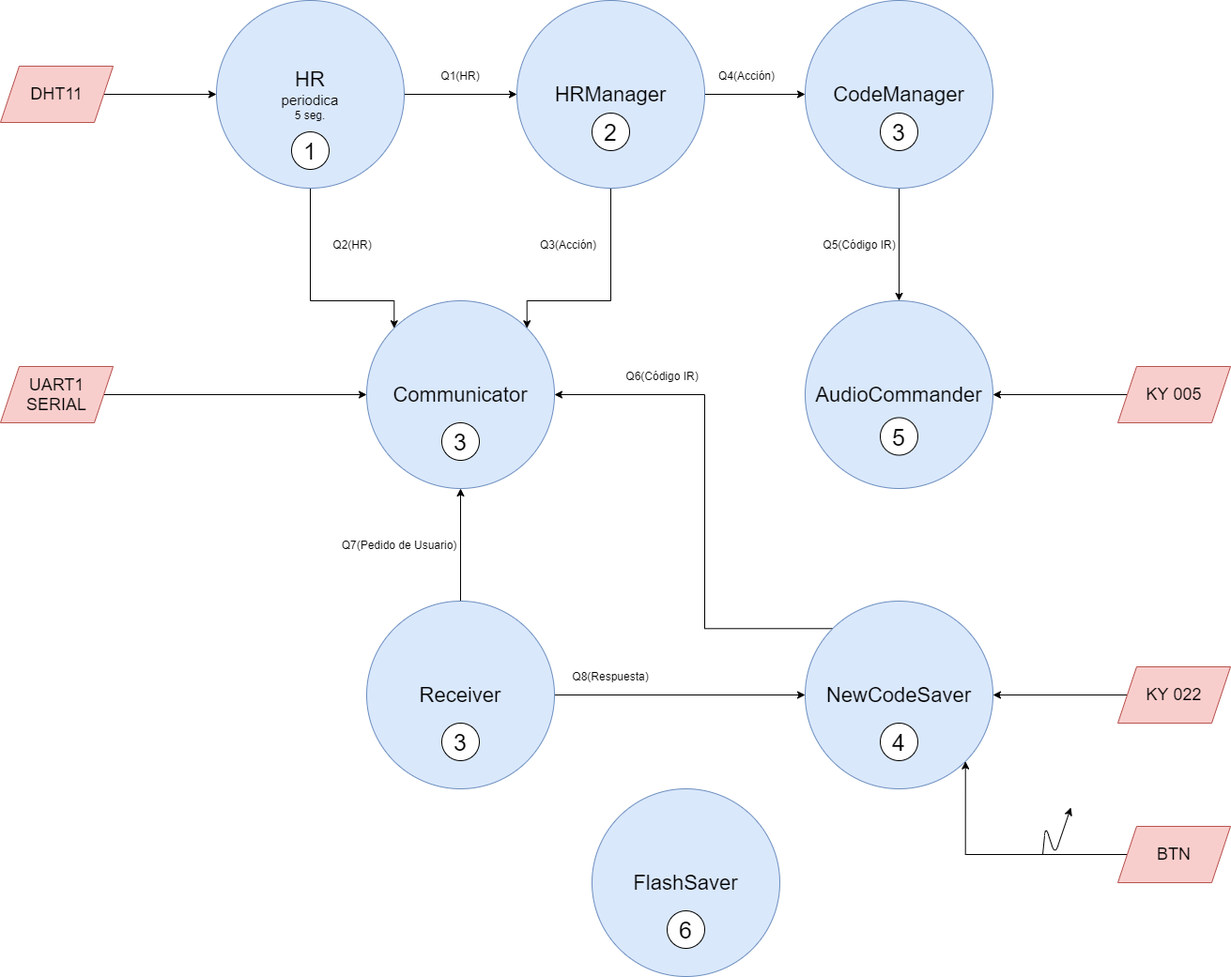
LMartinezEXEX/Proyecto_Micro2021 keeps this draw.io diagram as Diagrama de Tareas/Diagrama de Tareas.png. Above is the earlier version. Source tidied: cells renumbered, new cells last; positions are measured from the earlier drawing's top-left corner, leaving out a move shared by most shapes. Its diagram source:
```xml
<mxGraphModel>
  <root>
    <mxCell id="0" />
    <mxCell id="1" parent="0" />
    <mxCell id="2" style="edgeStyle=orthogonalEdgeStyle;rounded=0;jettySize=auto;html=1;entryX=0;entryY=0;entryDx=0;entryDy=0;" parent="1" edge="1" source="4" target="8">
      <mxGeometry relative="1" as="geometry">
        <Array as="points">
          <mxPoint x="330" y="320" />
          <mxPoint x="419" y="320" />
        </Array>
      </mxGeometry>
    </mxCell>
    <mxCell id="3" style="edgeStyle=orthogonalEdgeStyle;rounded=0;jettySize=auto;html=1;" parent="1" edge="1" source="4" target="7">
      <mxGeometry relative="1" as="geometry" />
    </mxCell>
    <mxCell id="4" value="&lt;font&gt;&lt;font style=&quot;font-size: 22px&quot;&gt;HR&lt;/font&gt;&lt;br&gt;&lt;span style=&quot;font-size: 15px&quot;&gt;periodica&lt;/span&gt;&lt;br&gt;&lt;/font&gt;5 seg." style="ellipse;whiteSpace=wrap;html=1;fillColor=#dae8fc;strokeColor=#6c8ebf;" parent="1" vertex="1">
      <mxGeometry x="230" width="200" height="200" as="geometry" />
    </mxCell>
    <mxCell id="5" style="edgeStyle=orthogonalEdgeStyle;rounded=0;jettySize=auto;html=1;entryX=1;entryY=0;entryDx=0;entryDy=0;" parent="1" edge="1" source="7" target="8">
      <mxGeometry relative="1" as="geometry">
        <Array as="points">
          <mxPoint x="650" y="320" />
          <mxPoint x="561" y="320" />
        </Array>
      </mxGeometry>
    </mxCell>
    <mxCell id="6" style="edgeStyle=orthogonalEdgeStyle;rounded=0;jettySize=auto;html=1;entryX=0;entryY=0.5;entryDx=0;entryDy=0;" parent="1" edge="1" source="7" target="10">
      <mxGeometry relative="1" as="geometry" />
    </mxCell>
    <mxCell id="7" value="&lt;font&gt;&lt;font style=&quot;font-size: 22px&quot;&gt;HRManager&lt;/font&gt;&lt;br&gt;&lt;/font&gt;" style="ellipse;whiteSpace=wrap;html=1;fillColor=#dae8fc;strokeColor=#6c8ebf;" parent="1" vertex="1">
      <mxGeometry x="550" width="200" height="200" as="geometry" />
    </mxCell>
    <mxCell id="8" value="&lt;font&gt;&lt;font style=&quot;font-size: 22px&quot;&gt;Communicator&lt;/font&gt;&lt;/font&gt;" style="ellipse;whiteSpace=wrap;html=1;fillColor=#dae8fc;strokeColor=#6c8ebf;" parent="1" vertex="1">
      <mxGeometry x="390" y="320" width="200" height="200" as="geometry" />
    </mxCell>
    <mxCell id="9" style="edgeStyle=orthogonalEdgeStyle;rounded=0;jettySize=auto;html=1;" parent="1" edge="1" source="10" target="11">
      <mxGeometry relative="1" as="geometry" />
    </mxCell>
    <mxCell id="10" value="&lt;font&gt;&lt;font style=&quot;font-size: 22px&quot;&gt;CodeManager&lt;/font&gt;&lt;br&gt;&lt;/font&gt;" style="ellipse;whiteSpace=wrap;html=1;fillColor=#dae8fc;strokeColor=#6c8ebf;" parent="1" vertex="1">
      <mxGeometry x="857" width="200" height="200" as="geometry" />
    </mxCell>
    <mxCell id="11" value="&lt;font&gt;&lt;font style=&quot;font-size: 22px&quot;&gt;AudioCommander&lt;/font&gt;&lt;br&gt;&lt;/font&gt;" style="ellipse;whiteSpace=wrap;html=1;fillColor=#dae8fc;strokeColor=#6c8ebf;" parent="1" vertex="1">
      <mxGeometry x="857" y="320" width="200" height="200" as="geometry" />
    </mxCell>
    <mxCell id="12" style="edgeStyle=orthogonalEdgeStyle;rounded=0;jettySize=auto;html=1;exitX=0;exitY=0;exitDx=0;exitDy=0;entryX=1;entryY=0.5;entryDx=0;entryDy=0;" parent="1" edge="1" source="13" target="8">
      <mxGeometry relative="1" as="geometry">
        <Array as="points">
          <mxPoint x="750" y="669" />
          <mxPoint x="750" y="420" />
        </Array>
      </mxGeometry>
    </mxCell>
    <mxCell id="13" value="&lt;font&gt;&lt;font style=&quot;font-size: 22px&quot;&gt;NewCodeSaver&lt;/font&gt;&lt;br&gt;&lt;/font&gt;" style="ellipse;whiteSpace=wrap;html=1;fillColor=#dae8fc;strokeColor=#6c8ebf;" parent="1" vertex="1">
      <mxGeometry x="857" y="640" width="200" height="200" as="geometry" />
    </mxCell>
    <mxCell id="14" style="edgeStyle=orthogonalEdgeStyle;rounded=0;jettySize=auto;html=1;entryX=0.5;entryY=1;entryDx=0;entryDy=0;" parent="1" edge="1" source="16" target="8">
      <mxGeometry relative="1" as="geometry" />
    </mxCell>
    <mxCell id="15" style="edgeStyle=orthogonalEdgeStyle;rounded=0;jettySize=auto;html=1;entryX=0;entryY=0.5;entryDx=0;entryDy=0;" parent="1" edge="1" source="16" target="13">
      <mxGeometry relative="1" as="geometry" />
    </mxCell>
    <mxCell id="16" value="&lt;font&gt;&lt;font style=&quot;font-size: 22px&quot;&gt;Receiver&lt;/font&gt;&lt;br&gt;&lt;/font&gt;" style="ellipse;whiteSpace=wrap;html=1;fillColor=#dae8fc;strokeColor=#6c8ebf;" parent="1" vertex="1">
      <mxGeometry x="390" y="640" width="200" height="200" as="geometry" />
    </mxCell>
    <mxCell id="17" value="&lt;font&gt;&lt;font style=&quot;font-size: 22px&quot;&gt;FlashSaver&lt;/font&gt;&lt;br&gt;&lt;/font&gt;" style="ellipse;whiteSpace=wrap;html=1;fillColor=#dae8fc;strokeColor=#6c8ebf;" parent="1" vertex="1">
      <mxGeometry x="630" y="840" width="200" height="200" as="geometry" />
    </mxCell>
    <mxCell id="18" value="Q1(HR)" style="text;html=1;strokeColor=none;fillColor=none;align=center;verticalAlign=middle;whiteSpace=wrap;rounded=0;" parent="1" vertex="1">
      <mxGeometry x="445" y="60" width="90" height="40" as="geometry" />
    </mxCell>
    <mxCell id="19" value="Q2(HR)" style="text;html=1;strokeColor=none;fillColor=none;align=center;verticalAlign=middle;whiteSpace=wrap;rounded=0;" parent="1" vertex="1">
      <mxGeometry x="330" y="240" width="90" height="40" as="geometry" />
    </mxCell>
    <mxCell id="20" value="Q3(Acción)" style="text;html=1;strokeColor=none;fillColor=none;align=center;verticalAlign=middle;whiteSpace=wrap;rounded=0;" parent="1" vertex="1">
      <mxGeometry x="560" y="240" width="90" height="40" as="geometry" />
    </mxCell>
    <mxCell id="21" value="Q4(Acción)" style="text;html=1;strokeColor=none;fillColor=none;align=center;verticalAlign=middle;whiteSpace=wrap;rounded=0;" parent="1" vertex="1">
      <mxGeometry x="750" y="60" width="90" height="40" as="geometry" />
    </mxCell>
    <mxCell id="22" value="Q5(Código IR)" style="text;html=1;strokeColor=none;fillColor=none;align=center;verticalAlign=middle;whiteSpace=wrap;rounded=0;" parent="1" vertex="1">
      <mxGeometry x="870" y="240" width="90" height="40" as="geometry" />
    </mxCell>
    <mxCell id="23" value="Q6(Código IR)" style="text;html=1;strokeColor=none;fillColor=none;align=center;verticalAlign=middle;whiteSpace=wrap;rounded=0;" parent="1" vertex="1">
      <mxGeometry x="660" y="380" width="90" height="40" as="geometry" />
    </mxCell>
    <mxCell id="24" value="Q7(Pedido de Usuario)" style="text;html=1;strokeColor=none;fillColor=none;align=center;verticalAlign=middle;whiteSpace=wrap;rounded=0;" parent="1" vertex="1">
      <mxGeometry x="360" y="560" width="130" height="40" as="geometry" />
    </mxCell>
    <mxCell id="25" value="Q8(Respuesta)" style="text;html=1;strokeColor=none;fillColor=none;align=center;verticalAlign=middle;whiteSpace=wrap;rounded=0;" parent="1" vertex="1">
      <mxGeometry x="605" y="700" width="90" height="40" as="geometry" />
    </mxCell>
    <mxCell id="26" value="&lt;font style=&quot;font-size: 25px&quot;&gt;6&lt;/font&gt;" style="ellipse;whiteSpace=wrap;html=1;" parent="1" vertex="1">
      <mxGeometry x="710" y="970" width="40" height="40" as="geometry" />
    </mxCell>
    <mxCell id="27" value="&lt;font style=&quot;font-size: 25px&quot;&gt;4&lt;/font&gt;" style="ellipse;whiteSpace=wrap;html=1;" parent="1" vertex="1">
      <mxGeometry x="937" y="770" width="40" height="40" as="geometry" />
    </mxCell>
    <mxCell id="28" value="&lt;font style=&quot;font-size: 25px&quot;&gt;3&lt;/font&gt;" style="ellipse;whiteSpace=wrap;html=1;" parent="1" vertex="1">
      <mxGeometry x="470" y="770" width="40" height="40" as="geometry" />
    </mxCell>
    <mxCell id="29" value="&lt;font style=&quot;font-size: 25px&quot;&gt;3&lt;/font&gt;" style="ellipse;whiteSpace=wrap;html=1;" parent="1" vertex="1">
      <mxGeometry x="470" y="450" width="40" height="40" as="geometry" />
    </mxCell>
    <mxCell id="30" value="&lt;font style=&quot;font-size: 25px&quot;&gt;5&lt;/font&gt;" style="ellipse;whiteSpace=wrap;html=1;" parent="1" vertex="1">
      <mxGeometry x="937" y="444.5" width="40" height="40" as="geometry" />
    </mxCell>
    <mxCell id="31" value="&lt;font style=&quot;font-size: 25px&quot;&gt;3&lt;/font&gt;" style="ellipse;whiteSpace=wrap;html=1;" parent="1" vertex="1">
      <mxGeometry x="937" y="120" width="40" height="40" as="geometry" />
    </mxCell>
    <mxCell id="32" value="&lt;font style=&quot;font-size: 25px&quot;&gt;2&lt;/font&gt;" style="ellipse;whiteSpace=wrap;html=1;" parent="1" vertex="1">
      <mxGeometry x="630" y="120" width="40" height="40" as="geometry" />
    </mxCell>
    <mxCell id="33" value="&lt;font style=&quot;font-size: 25px&quot;&gt;1&lt;/font&gt;" style="ellipse;whiteSpace=wrap;html=1;" parent="1" vertex="1">
      <mxGeometry x="310" y="140" width="40" height="40" as="geometry" />
    </mxCell>
    <mxCell id="34" style="edgeStyle=orthogonalEdgeStyle;rounded=0;jettySize=auto;html=1;entryX=0;entryY=0.5;entryDx=0;entryDy=0;" parent="1" edge="1" source="35" target="4">
      <mxGeometry relative="1" as="geometry" />
    </mxCell>
    <mxCell id="35" value="&lt;font style=&quot;font-size: 18px&quot;&gt;DHT11&lt;/font&gt;" style="shape=parallelogram;perimeter=parallelogramPerimeter;whiteSpace=wrap;html=1;fixedSize=1;fillColor=#f8cecc;strokeColor=#b85450;" parent="1" vertex="1">
      <mxGeometry y="70" width="120" height="60" as="geometry" />
    </mxCell>
    <mxCell id="36" style="edgeStyle=orthogonalEdgeStyle;rounded=0;jettySize=auto;html=1;entryX=0;entryY=0.5;entryDx=0;entryDy=0;" parent="1" edge="1" source="37" target="8">
      <mxGeometry relative="1" as="geometry" />
    </mxCell>
    <mxCell id="37" value="&lt;font style=&quot;font-size: 18px&quot;&gt;UART1&lt;br&gt;SERIAL&lt;br&gt;&lt;/font&gt;" style="shape=parallelogram;perimeter=parallelogramPerimeter;whiteSpace=wrap;html=1;fixedSize=1;fillColor=#f8cecc;strokeColor=#b85450;" parent="1" vertex="1">
      <mxGeometry y="390" width="120" height="60" as="geometry" />
    </mxCell>
    <mxCell id="38" style="edgeStyle=orthogonalEdgeStyle;rounded=0;jettySize=auto;html=1;exitX=0;exitY=0.5;exitDx=0;exitDy=0;entryX=1;entryY=0.5;entryDx=0;entryDy=0;" parent="1" edge="1" source="39" target="11">
      <mxGeometry relative="1" as="geometry" />
    </mxCell>
    <mxCell id="39" value="&lt;font style=&quot;font-size: 18px&quot;&gt;KY 005&lt;/font&gt;" style="shape=parallelogram;perimeter=parallelogramPerimeter;whiteSpace=wrap;html=1;fixedSize=1;fillColor=#f8cecc;strokeColor=#b85450;" parent="1" vertex="1">
      <mxGeometry x="1190" y="390" width="120" height="60" as="geometry" />
    </mxCell>
    <mxCell id="40" style="edgeStyle=orthogonalEdgeStyle;rounded=0;jettySize=auto;html=1;exitX=0;exitY=0.5;exitDx=0;exitDy=0;entryX=1;entryY=0.5;entryDx=0;entryDy=0;" parent="1" edge="1" source="41" target="13">
      <mxGeometry relative="1" as="geometry" />
    </mxCell>
    <mxCell id="41" value="&lt;font style=&quot;font-size: 18px&quot;&gt;KY 022&lt;/font&gt;" style="shape=parallelogram;perimeter=parallelogramPerimeter;whiteSpace=wrap;html=1;fixedSize=1;fillColor=#f8cecc;strokeColor=#b85450;" parent="1" vertex="1">
      <mxGeometry x="1190" y="710" width="120" height="60" as="geometry" />
    </mxCell>
    <mxCell id="42" style="edgeStyle=orthogonalEdgeStyle;rounded=0;jettySize=auto;html=1;entryX=1;entryY=1;entryDx=0;entryDy=0;" parent="1" edge="1" source="43" target="13">
      <mxGeometry relative="1" as="geometry" />
    </mxCell>
    <mxCell id="43" value="&lt;font style=&quot;font-size: 18px&quot;&gt;BTN&lt;/font&gt;" style="shape=parallelogram;perimeter=parallelogramPerimeter;whiteSpace=wrap;html=1;fixedSize=1;fillColor=#f8cecc;strokeColor=#b85450;" parent="1" vertex="1">
      <mxGeometry x="1190" y="880" width="120" height="60" as="geometry" />
    </mxCell>
    <mxCell id="44" style="endArrow=classic;html=1;" parent="1" edge="1">
      <mxGeometry relative="1" as="geometry">
        <mxPoint x="1110" y="910" as="sourcePoint" />
        <mxPoint x="1140" y="860" as="targetPoint" />
        <Array as="points">
          <mxPoint x="1113" y="880" />
          <mxPoint x="1123" y="910" />
        </Array>
      </mxGeometry>
    </mxCell>
  </root>
</mxGraphModel>
```
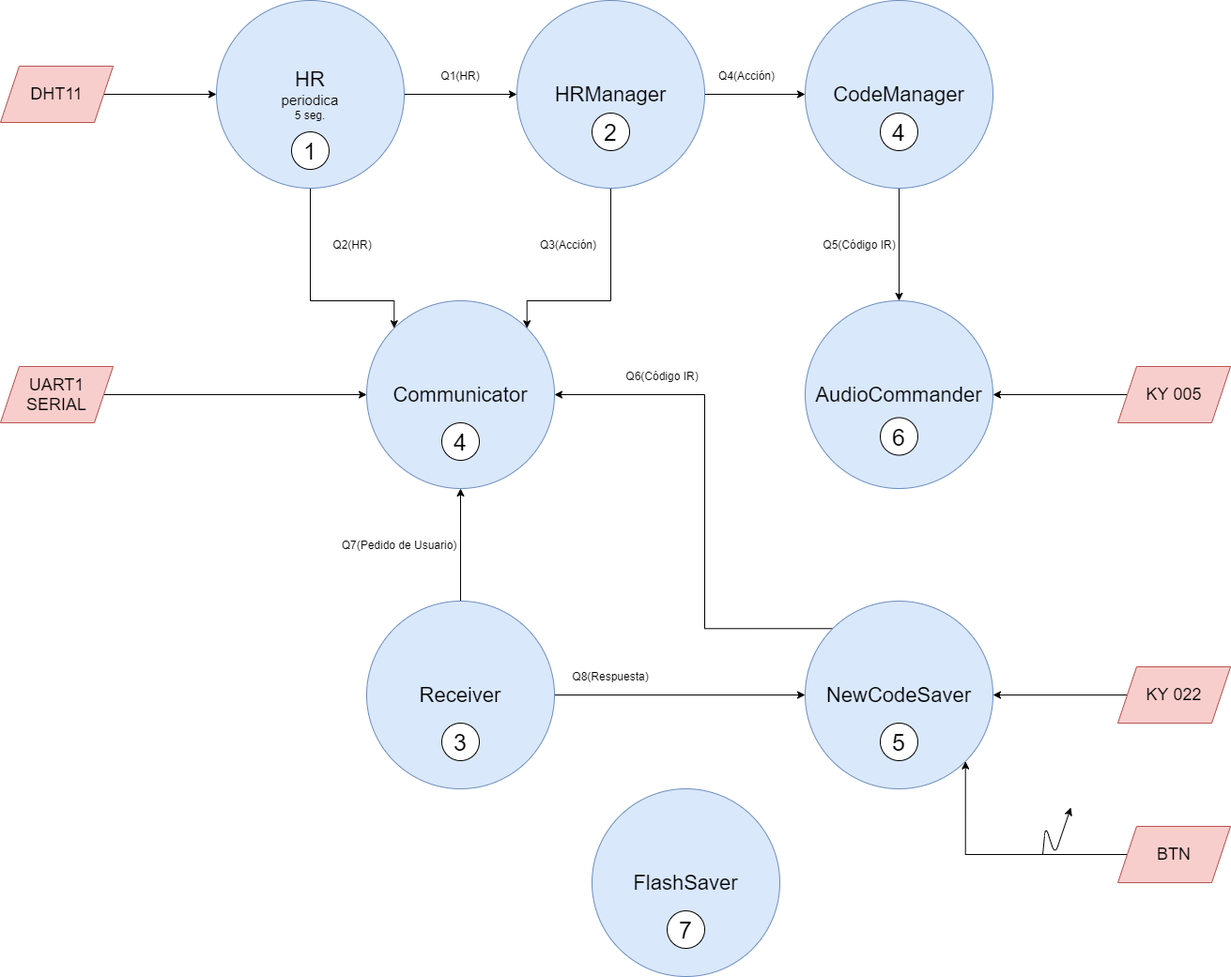
Later version of the same file.

Commit message:
Refactored Task diagram priority. Refactored code to block HR task from sending to queues when waiting to response instead of doing it in Communicator task.

Change to the diagram source:
```diff
@@ -89,22 +89,22 @@
     <mxCell id="25" value="Q8(Respuesta)" style="text;html=1;strokeColor=none;fillColor=none;align=center;verticalAlign=middle;whiteSpace=wrap;rounded=0;" parent="1" vertex="1">
       <mxGeometry x="605" y="700" width="90" height="40" as="geometry" />
     </mxCell>
-    <mxCell id="26" value="&lt;font style=&quot;font-size: 25px&quot;&gt;6&lt;/font&gt;" style="ellipse;whiteSpace=wrap;html=1;" parent="1" vertex="1">
+    <mxCell id="26" value="&lt;font style=&quot;font-size: 25px&quot;&gt;7&lt;/font&gt;" style="ellipse;whiteSpace=wrap;html=1;" parent="1" vertex="1">
       <mxGeometry x="710" y="970" width="40" height="40" as="geometry" />
     </mxCell>
-    <mxCell id="27" value="&lt;font style=&quot;font-size: 25px&quot;&gt;4&lt;/font&gt;" style="ellipse;whiteSpace=wrap;html=1;" parent="1" vertex="1">
+    <mxCell id="27" value="&lt;font style=&quot;font-size: 25px&quot;&gt;5&lt;/font&gt;" style="ellipse;whiteSpace=wrap;html=1;" parent="1" vertex="1">
       <mxGeometry x="937" y="770" width="40" height="40" as="geometry" />
     </mxCell>
     <mxCell id="28" value="&lt;font style=&quot;font-size: 25px&quot;&gt;3&lt;/font&gt;" style="ellipse;whiteSpace=wrap;html=1;" parent="1" vertex="1">
       <mxGeometry x="470" y="770" width="40" height="40" as="geometry" />
     </mxCell>
-    <mxCell id="29" value="&lt;font style=&quot;font-size: 25px&quot;&gt;3&lt;/font&gt;" style="ellipse;whiteSpace=wrap;html=1;" parent="1" vertex="1">
+    <mxCell id="29" value="&lt;font style=&quot;font-size: 25px&quot;&gt;4&lt;/font&gt;" style="ellipse;whiteSpace=wrap;html=1;" parent="1" vertex="1">
       <mxGeometry x="470" y="450" width="40" height="40" as="geometry" />
     </mxCell>
-    <mxCell id="30" value="&lt;font style=&quot;font-size: 25px&quot;&gt;5&lt;/font&gt;" style="ellipse;whiteSpace=wrap;html=1;" parent="1" vertex="1">
+    <mxCell id="30" value="&lt;font style=&quot;font-size: 25px&quot;&gt;6&lt;/font&gt;" style="ellipse;whiteSpace=wrap;html=1;" parent="1" vertex="1">
       <mxGeometry x="937" y="444.5" width="40" height="40" as="geometry" />
     </mxCell>
-    <mxCell id="31" value="&lt;font style=&quot;font-size: 25px&quot;&gt;3&lt;/font&gt;" style="ellipse;whiteSpace=wrap;html=1;" parent="1" vertex="1">
+    <mxCell id="31" value="&lt;font style=&quot;font-size: 25px&quot;&gt;4&lt;/font&gt;" style="ellipse;whiteSpace=wrap;html=1;" parent="1" vertex="1">
       <mxGeometry x="937" y="120" width="40" height="40" as="geometry" />
     </mxCell>
     <mxCell id="32" value="&lt;font style=&quot;font-size: 25px&quot;&gt;2&lt;/font&gt;" style="ellipse;whiteSpace=wrap;html=1;" parent="1" vertex="1">
```
